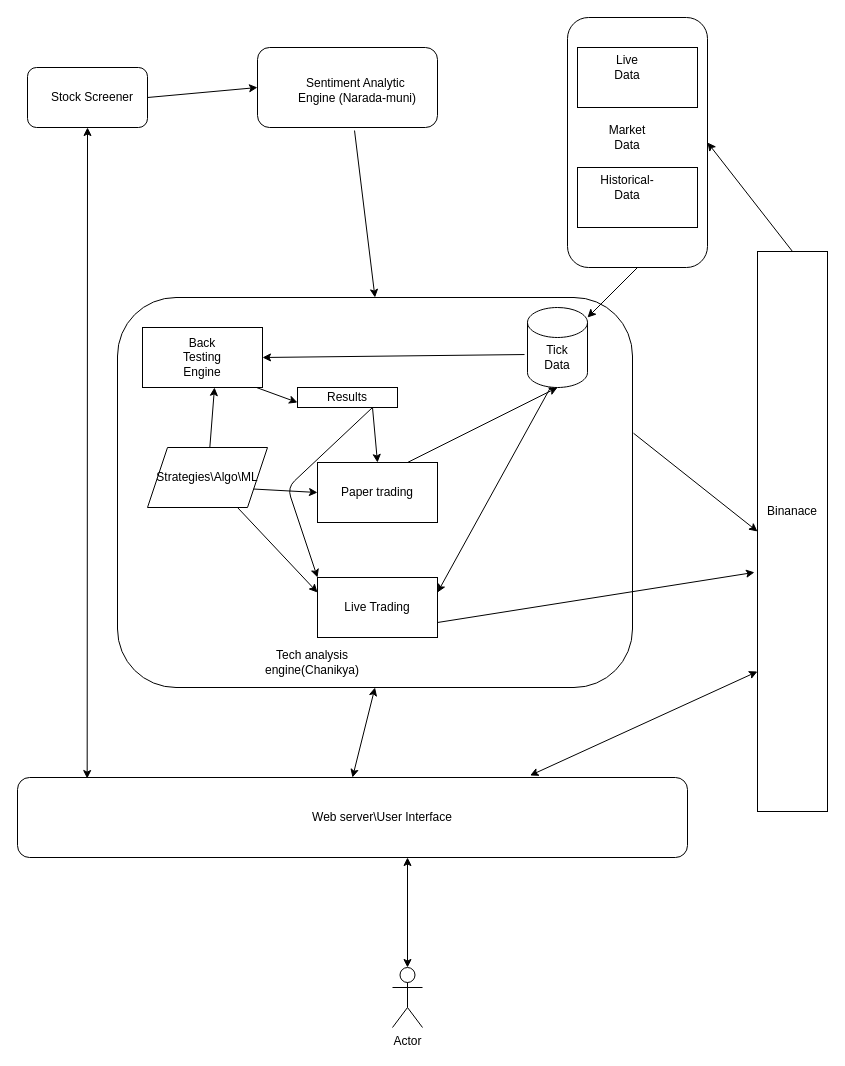
Earlier version of the draw.io diagram docs/CryptoArchitecture.drawio (patnamvamsi/CryptoWebServer). Source tidied: cells renumbered, new cells numbered last; positions are measured from the earlier drawing's top-left corner, leaving out a move shared by most shapes. Both pictures are drawn from the tidied source at 100%, with x=0, y=0 at pixel (17, 17).
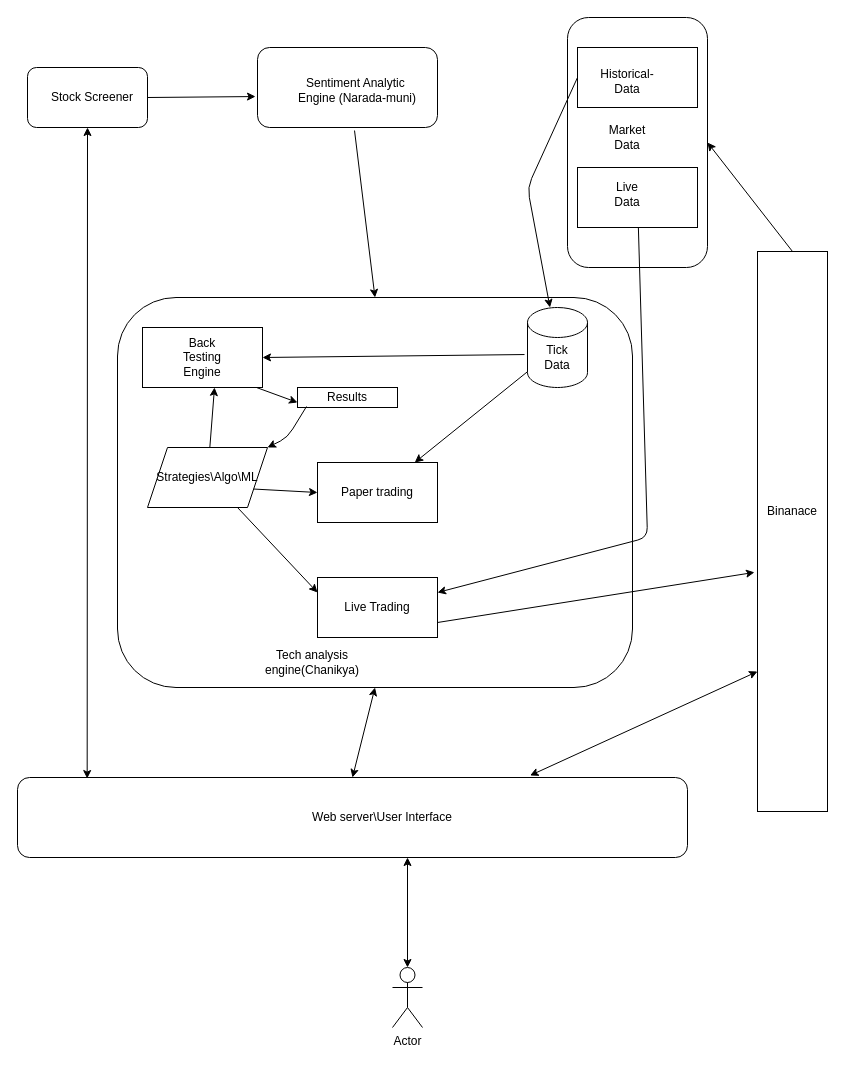
Above is the later version.

The change refers to these unchanged cells:
```xml
<mxCell id="3" style="group;" parent="1" vertex="1">
  <mxGeometry x="550" width="140" height="250" as="geometry" />
</mxCell>
<mxCell id="4" style="rounded=1;whiteSpace=wrap;html=1;" parent="3" vertex="1">
  <mxGeometry width="140" height="250" as="geometry" />
</mxCell>
<mxCell id="5" style="rounded=0;whiteSpace=wrap;html=1;" parent="3" vertex="1">
  <mxGeometry x="10" y="30" width="120" height="60" as="geometry" />
</mxCell>
<mxCell id="6" style="rounded=0;whiteSpace=wrap;html=1;" parent="3" vertex="1">
  <mxGeometry x="10" y="150" width="120" height="60" as="geometry" />
</mxCell>
<mxCell id="11" style="rounded=1;whiteSpace=wrap;html=1;" parent="10" vertex="1">
  <mxGeometry y="-10" width="180" height="80" as="geometry" />
</mxCell>
<mxCell id="14" style="rounded=1;whiteSpace=wrap;html=1;" parent="13" vertex="1">
  <mxGeometry width="120" height="60" as="geometry" />
</mxCell>
<mxCell id="17" style="rounded=1;whiteSpace=wrap;html=1;" parent="1" vertex="1">
  <mxGeometry x="100" y="280" width="515" height="390" as="geometry" />
</mxCell>
<mxCell id="19" style="rounded=0;whiteSpace=wrap;html=1;" parent="18" vertex="1">
  <mxGeometry width="70" height="560" as="geometry" />
</mxCell>
<mxCell id="21" style="shape=cylinder3;whiteSpace=wrap;html=1;boundedLbl=1;backgroundOutline=1;size=15;" parent="1" vertex="1">
  <mxGeometry x="510" y="290" width="60" height="80" as="geometry" />
</mxCell>
<mxCell id="38" value="Strategies\Algo\ML" style="shape=parallelogram;perimeter=parallelogramPerimeter;whiteSpace=wrap;html=1;fixedSize=1;" parent="1" vertex="1">
  <mxGeometry x="130" y="430" width="120" height="60" as="geometry" />
</mxCell>
<mxCell id="41" value="Paper trading" style="rounded=0;whiteSpace=wrap;html=1;" parent="1" vertex="1">
  <mxGeometry x="300" y="445" width="120" height="60" as="geometry" />
</mxCell>
<mxCell id="42" value="Results" style="rounded=0;whiteSpace=wrap;html=1;" parent="1" vertex="1">
  <mxGeometry x="280" y="370" width="100" height="20" as="geometry" />
</mxCell>
<mxCell id="43" value="Live Trading" style="rounded=0;whiteSpace=wrap;html=1;" parent="1" vertex="1">
  <mxGeometry x="300" y="560" width="120" height="60" as="geometry" />
</mxCell>
```

Diff of the diagram source:
```diff
@@
-    <mxCell id="2" style="endArrow=classic;html=1;entryX=0;entryY=0.5;entryDx=0;entryDy=0;exitX=1;exitY=0.5;exitDx=0;exitDy=0;" parent="1" edge="1" source="14" target="11">
+    <mxCell id="2" style="endArrow=classic;html=1;exitX=1;exitY=0.5;exitDx=0;exitDy=0;entryX=-0.011;entryY=0.613;entryDx=0;entryDy=0;entryPerimeter=0;" parent="1" edge="1" source="14" target="11">
       <mxGeometry relative="1" as="geometry" />
     </mxCell>
@@
     <mxCell id="7" value="Live Data" style="text;html=1;strokeColor=none;fillColor=none;align=center;verticalAlign=middle;whiteSpace=wrap;rounded=0;" parent="3" vertex="1">
-      <mxGeometry x="40" y="40" width="40" height="20" as="geometry" />
+      <mxGeometry x="40" y="167" width="40" height="20" as="geometry" />
     </mxCell>
     <mxCell id="8" value="Historical- Data" style="text;html=1;strokeColor=none;fillColor=none;align=center;verticalAlign=middle;whiteSpace=wrap;rounded=0;" parent="3" vertex="1">
-      <mxGeometry x="40" y="160" width="40" height="20" as="geometry" />
+      <mxGeometry x="40" y="54" width="40" height="20" as="geometry" />
     </mxCell>
@@
-    <mxCell id="25" style="endArrow=classic;html=1;entryX=0;entryY=0.5;entryDx=0;entryDy=0;exitX=1.002;exitY=0.348;exitDx=0;exitDy=0;exitPerimeter=0;" parent="1" edge="1" source="17" target="19">
-      <mxGeometry relative="1" as="geometry" />
-    </mxCell>
-    <mxCell id="26" style="endArrow=classic;html=1;exitX=0.5;exitY=1;exitDx=0;exitDy=0;" parent="1" edge="1" source="4" target="21">
-      <mxGeometry relative="1" as="geometry" />
+    <mxCell id="26" style="endArrow=classic;html=1;exitX=0;exitY=0.5;exitDx=0;exitDy=0;" parent="1" edge="1" source="5" target="21">
+      <mxGeometry relative="1" as="geometry">
+        <Array as="points">
+          <mxPoint x="510" y="170" />
+        </Array>
+      </mxGeometry>
     </mxCell>
@@
-    <mxCell id="45" style="endArrow=classic;html=1;exitX=0.75;exitY=1;exitDx=0;exitDy=0;entryX=0.5;entryY=0;entryDx=0;entryDy=0;" parent="1" edge="1" source="42" target="41">
-      <mxGeometry relative="1" as="geometry" />
-    </mxCell>
@@
-    <mxCell id="48" style="endArrow=classic;html=1;exitX=0.75;exitY=1;exitDx=0;exitDy=0;entryX=0;entryY=0;entryDx=0;entryDy=0;" parent="1" edge="1" source="42" target="43">
+    <mxCell id="48" style="endArrow=classic;html=1;exitX=0.09;exitY=0.95;exitDx=0;exitDy=0;exitPerimeter=0;" parent="1" edge="1" source="42" target="38">
       <mxGeometry relative="1" as="geometry">
         <Array as="points">
-          <mxPoint x="270" y="470" />
+          <mxPoint x="270" y="420" />
         </Array>
       </mxGeometry>
     </mxCell>
-    <mxCell id="49" style="endArrow=classic;html=1;entryX=0.5;entryY=1;entryDx=0;entryDy=0;entryPerimeter=0;exitX=0.75;exitY=0;exitDx=0;exitDy=0;" parent="1" edge="1" source="41" target="21">
+    <mxCell id="49" style="endArrow=classic;html=1;" parent="1" edge="1" source="21" target="41">
       <mxGeometry relative="1" as="geometry" />
     </mxCell>
-    <mxCell id="50" style="endArrow=classic;html=1;entryX=1;entryY=0.25;entryDx=0;entryDy=0;exitX=0.383;exitY=1;exitDx=0;exitDy=0;exitPerimeter=0;" parent="1" edge="1" source="21" target="43">
-      <mxGeometry relative="1" as="geometry" />
+    <mxCell id="50" style="endArrow=classic;html=1;entryX=1;entryY=0.25;entryDx=0;entryDy=0;" parent="1" edge="1" source="6" target="43">
+      <mxGeometry relative="1" as="geometry">
+        <Array as="points">
+          <mxPoint x="630" y="520" />
+        </Array>
+      </mxGeometry>
     </mxCell>
```
